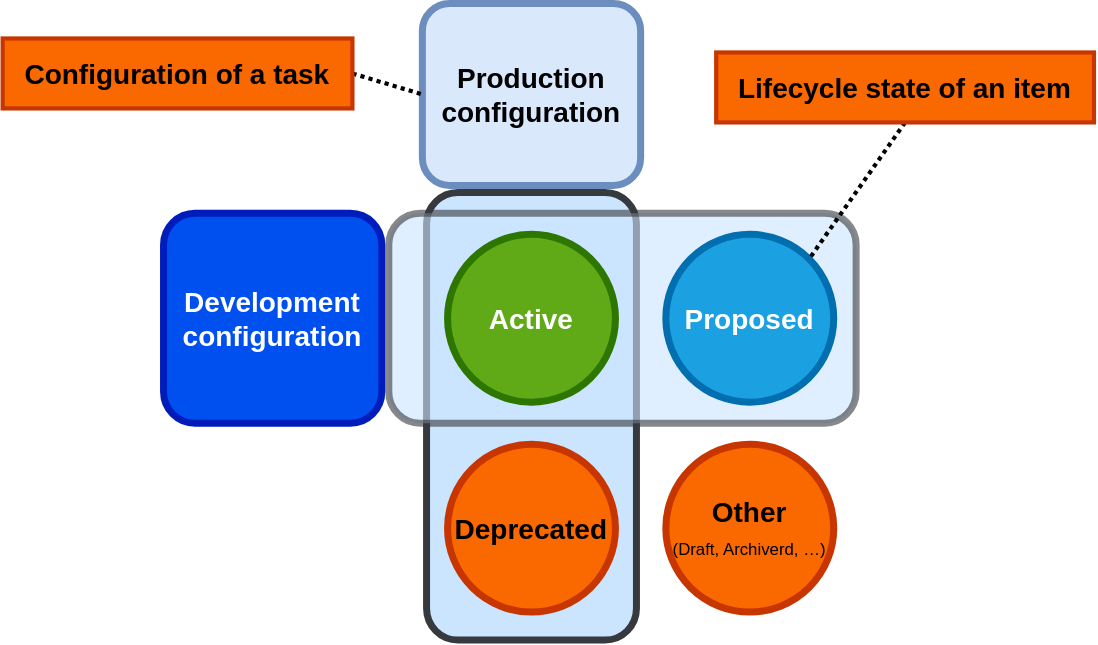
Evolveum/midpoint keeps this draw.io diagram as docs/concepts/object-lifecycle/task-configurations-and-lifecycle-states-relation.drawio.svg. Above is the earlier version. Source tidied: cells renumbered, new cells last; positions are measured from the earlier drawing's top-left corner, leaving out a move shared by most shapes.
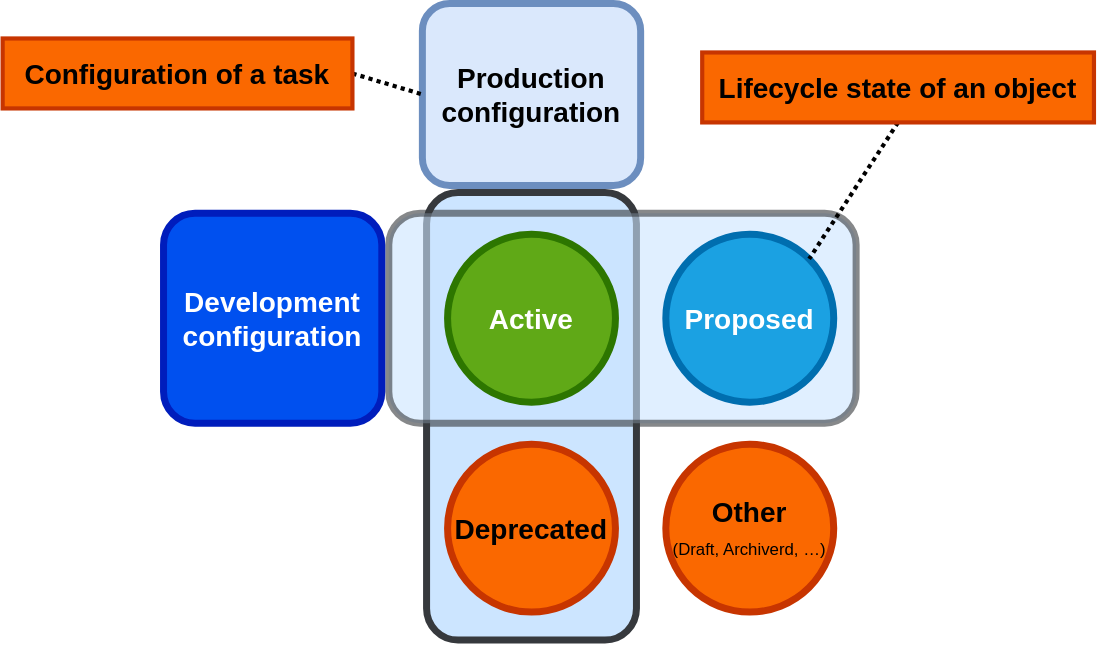
After the commit.

Commit message:
fix wording in the diagram

The edit, as a diff of the source:
```diff
@@ -35,8 +35,8 @@
     <mxCell id="12" style="rounded=0;jettySize=auto;html=1;exitX=0.5;exitY=1;exitDx=0;exitDy=0;entryX=1;entryY=0;entryDx=0;entryDy=0;endArrow=none;startFill=0;strokeWidth=3;dashed=1;strokeColor=light-dark(#000000,#990000);dashPattern=1 1;" parent="1" edge="1" source="13" target="7">
       <mxGeometry relative="1" as="geometry" />
     </mxCell>
-    <mxCell id="13" value="Lifecycle state of an item" style="rounded=0;whiteSpace=wrap;html=1;fillColor=light-dark(#FA6800,#C2C2C2);fontColor=light-dark(#000000,#000000);strokeColor=light-dark(#C73500,#545454);strokeWidth=3;fontSize=20;fontStyle=1;" parent="1" vertex="1">
-      <mxGeometry x="510" y="35" width="270" height="50" as="geometry" />
+    <mxCell id="13" value="Lifecycle state of an object" style="rounded=0;whiteSpace=wrap;html=1;fillColor=light-dark(#FA6800,#C2C2C2);fontColor=light-dark(#000000,#000000);strokeColor=light-dark(#C73500,#545454);strokeWidth=3;fontSize=20;fontStyle=1;" parent="1" vertex="1">
+      <mxGeometry x="500" y="35" width="280" height="50" as="geometry" />
     </mxCell>
   </root>
 </mxGraphModel>
```
